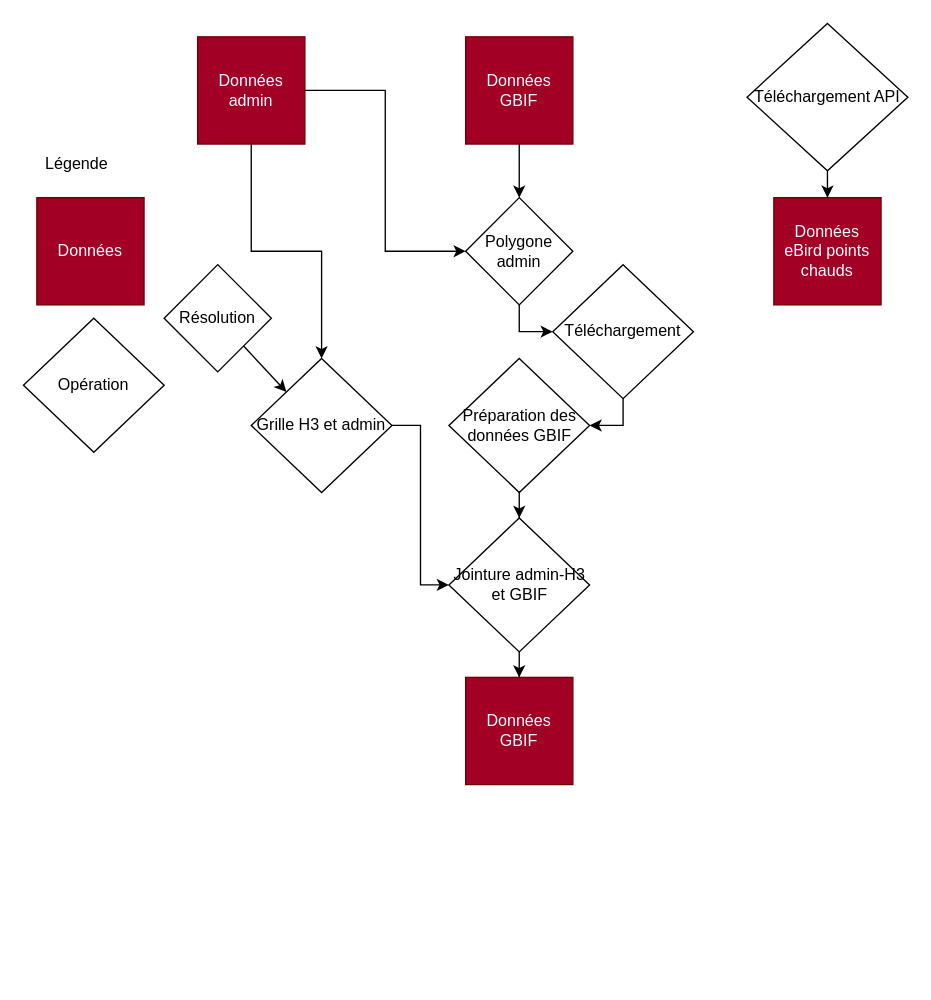
The draw.io diagram pipeline_analyse.drawio in beausoleilmo/Guide_biodiv_QC, before the edit. Source tidied: cells renumbered, new cells numbered last; positions are measured from the earlier drawing's top-left corner, leaving out a move shared by most shapes. Both pictures are drawn from the tidied source at 134%, with x=0, y=0 at pixel (23, 23).
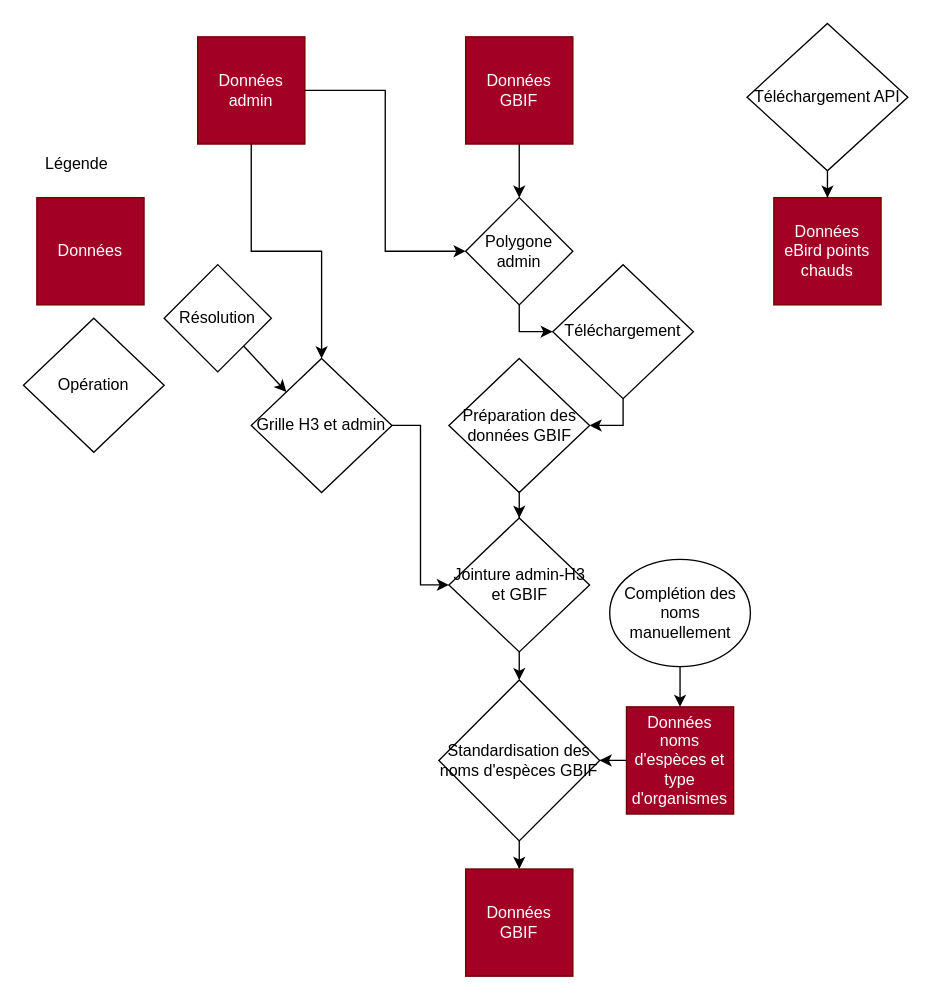
The same page after the edit.

Unchanged cells that the change refers to:
```xml
<mxCell id="20" value="Jointure admin-H3 et GBIF" style="rhombus;whiteSpace=wrap;html=1;shapeInside=1;" parent="1" vertex="1">
  <mxGeometry x="317.5" y="369" width="105" height="100" as="geometry" />
</mxCell>
```

Diff of the diagram source:
```diff
@@
-    <mxCell id="13" style="edgeStyle=orthogonalEdgeStyle;rounded=0;jettySize=auto;html=1;" parent="1" edge="1" source="20" target="18">
+    <mxCell id="13" style="edgeStyle=orthogonalEdgeStyle;rounded=0;jettySize=auto;html=1;" parent="1" edge="1" source="29" target="18">
       <mxGeometry relative="1" as="geometry" />
     </mxCell>
@@
     <mxCell id="18" value="Données GBIF" style="whiteSpace=wrap;html=1;fillColor=#a20025;fontColor=#ffffff;strokeColor=#6F0000;" parent="1" vertex="1">
-      <mxGeometry x="330" y="488" width="80" height="80" as="geometry" />
+      <mxGeometry x="330" y="631" width="80" height="80" as="geometry" />
     </mxCell>
@@
+    <mxCell id="26" value=" " style="edgeStyle=orthogonalEdgeStyle;rounded=0;jettySize=auto;html=1;entryX=1;entryY=0.5;entryDx=0;entryDy=0;" parent="1" edge="1" source="27" target="29">
+      <mxGeometry relative="1" as="geometry" />
+    </mxCell>
+    <mxCell id="27" value="Données noms d'espèces et type d'organismes" style="whiteSpace=wrap;html=1;fillColor=#a20025;fontColor=#ffffff;strokeColor=#6F0000;" parent="1" vertex="1">
+      <mxGeometry x="450" y="510" width="80" height="80" as="geometry" />
+    </mxCell>
+    <mxCell id="28" style="edgeStyle=orthogonalEdgeStyle;rounded=0;jettySize=auto;html=1;" parent="1" edge="1" source="20" target="29">
+      <mxGeometry relative="1" as="geometry" />
+    </mxCell>
+    <mxCell id="29" value="Standardisation des noms d'espèces GBIF" style="rhombus;whiteSpace=wrap;html=1;shapeInside=1;" parent="1" vertex="1">
+      <mxGeometry x="310" y="490" width="120" height="120" as="geometry" />
+    </mxCell>
+    <mxCell id="30" style="edgeStyle=orthogonalEdgeStyle;rounded=0;jettySize=auto;html=1;" parent="1" edge="1" source="31" target="27">
+      <mxGeometry relative="1" as="geometry" />
+    </mxCell>
+    <mxCell id="31" value="Complétion des noms manuellement" style="ellipse;whiteSpace=wrap;html=1;shapeInside=1;" parent="1" vertex="1">
+      <mxGeometry x="437.5" y="400" width="105" height="80" as="geometry" />
+    </mxCell>
```
